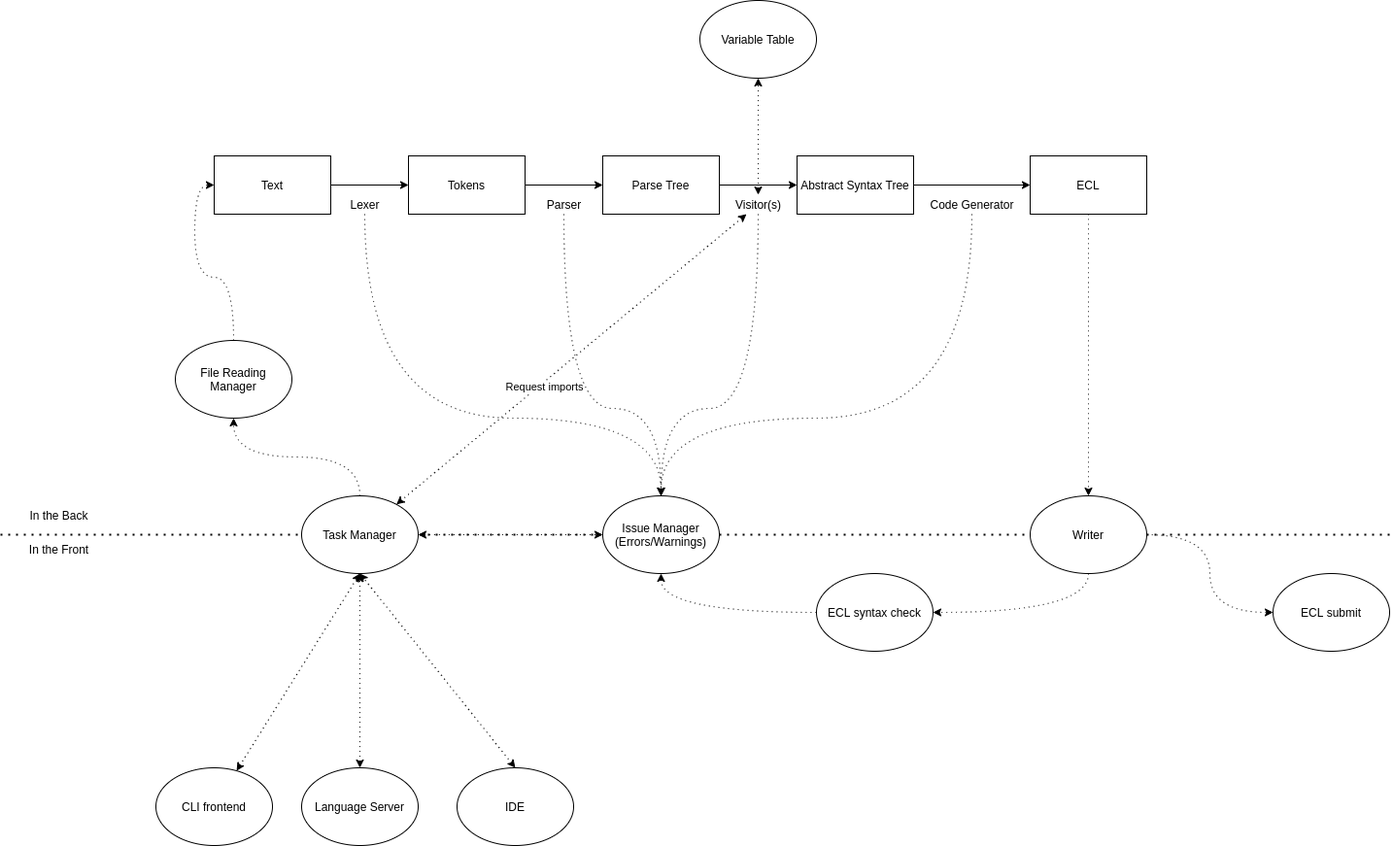
Above: hsqlt/notes/structure.drawio.png in calbrch01/HSQL (draw.io), before the change. Source tidied: cells renumbered, new cells last; positions are measured from the earlier drawing's top-left corner, leaving out a move shared by most shapes.
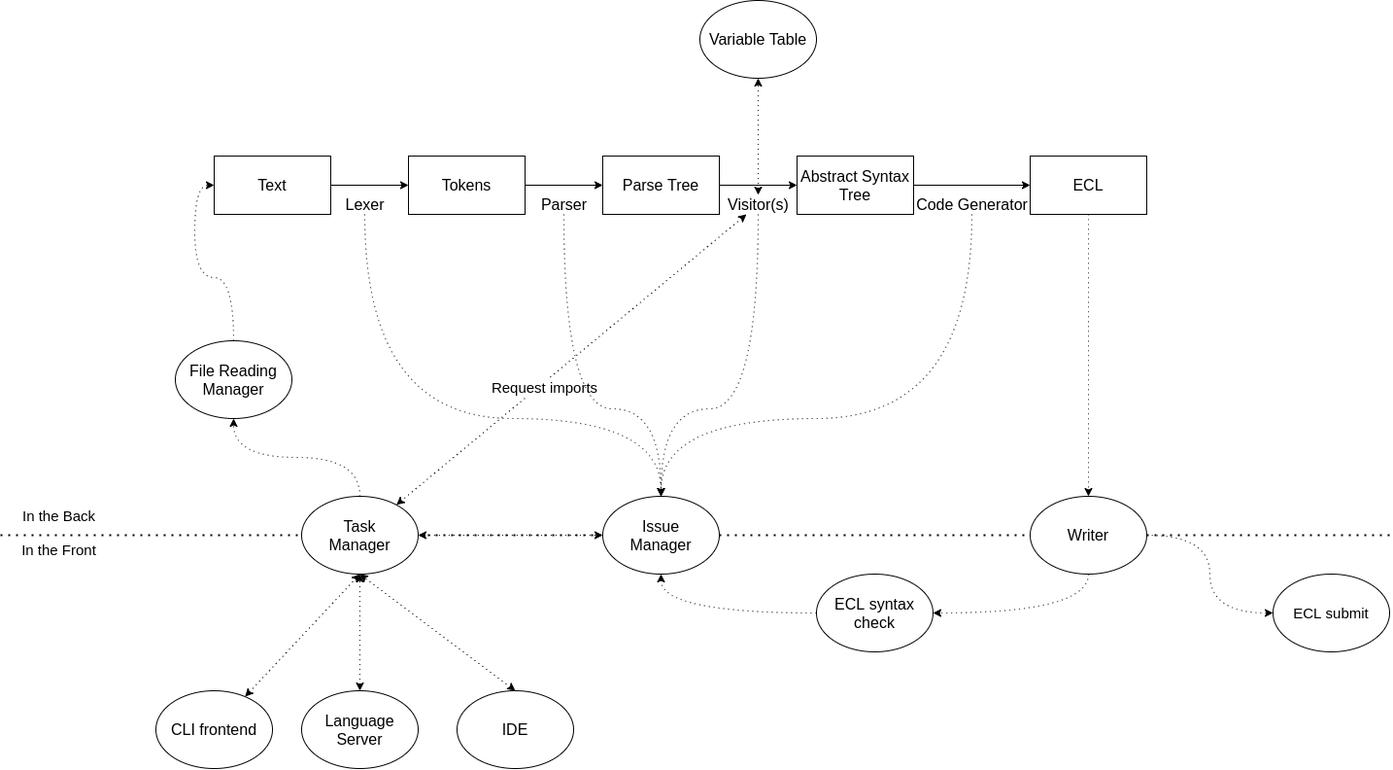
Later version of the same file.

Commit message:
[notes] update structure font size

The edit, as a diff of the source:
```diff
@@ -10,34 +10,34 @@
     <mxCell id="3" style="edgeStyle=orthogonalEdgeStyle;rounded=0;jettySize=auto;html=1;" parent="1" edge="1" source="4" target="6">
       <mxGeometry relative="1" as="geometry" />
     </mxCell>
-    <mxCell id="4" value="Text" style="rounded=0;whiteSpace=wrap;html=1;" parent="1" vertex="1">
+    <mxCell id="4" value="Text" style="rounded=0;whiteSpace=wrap;html=1;fontSize=16;" parent="1" vertex="1">
       <mxGeometry x="220" y="160" width="120" height="60" as="geometry" />
     </mxCell>
     <mxCell id="5" style="edgeStyle=orthogonalEdgeStyle;rounded=0;jettySize=auto;html=1;" parent="1" edge="1" source="6" target="8">
       <mxGeometry relative="1" as="geometry" />
     </mxCell>
-    <mxCell id="6" value="Tokens" style="rounded=0;whiteSpace=wrap;html=1;" parent="1" vertex="1">
+    <mxCell id="6" value="Tokens" style="rounded=0;whiteSpace=wrap;html=1;fontSize=16;" parent="1" vertex="1">
       <mxGeometry x="420" y="160" width="120" height="60" as="geometry" />
     </mxCell>
     <mxCell id="7" style="edgeStyle=orthogonalEdgeStyle;rounded=0;jettySize=auto;html=1;" parent="1" edge="1" source="8" target="10">
       <mxGeometry relative="1" as="geometry" />
     </mxCell>
-    <mxCell id="8" value="Parse Tree" style="rounded=0;whiteSpace=wrap;html=1;" parent="1" vertex="1">
+    <mxCell id="8" value="Parse Tree" style="rounded=0;whiteSpace=wrap;html=1;fontSize=16;" parent="1" vertex="1">
       <mxGeometry x="620" y="160" width="120" height="60" as="geometry" />
     </mxCell>
     <mxCell id="9" style="edgeStyle=orthogonalEdgeStyle;rounded=0;jettySize=auto;html=1;" parent="1" edge="1" source="10" target="12">
       <mxGeometry relative="1" as="geometry" />
     </mxCell>
-    <mxCell id="10" value="Abstract Syntax Tree" style="rounded=0;whiteSpace=wrap;html=1;" parent="1" vertex="1">
+    <mxCell id="10" value="Abstract Syntax Tree" style="rounded=0;whiteSpace=wrap;html=1;fontSize=16;" parent="1" vertex="1">
       <mxGeometry x="820" y="160" width="120" height="60" as="geometry" />
     </mxCell>
     <mxCell id="11" style="edgeStyle=orthogonalEdgeStyle;curved=1;rounded=0;jettySize=auto;html=1;dashed=1;dashPattern=1 4;" parent="1" edge="1" source="12" target="45">
       <mxGeometry relative="1" as="geometry" />
     </mxCell>
-    <mxCell id="12" value="ECL" style="rounded=0;whiteSpace=wrap;html=1;" parent="1" vertex="1">
+    <mxCell id="12" value="ECL" style="rounded=0;whiteSpace=wrap;html=1;fontSize=16;" parent="1" vertex="1">
       <mxGeometry x="1060" y="160" width="120" height="60" as="geometry" />
     </mxCell>
-    <mxCell id="13" value="Variable Table" style="ellipse;whiteSpace=wrap;html=1;rounded=0;" parent="1" vertex="1">
+    <mxCell id="13" value="Variable Table" style="ellipse;whiteSpace=wrap;html=1;rounded=0;fontSize=16;" parent="1" vertex="1">
       <mxGeometry x="720" width="120" height="80" as="geometry" />
     </mxCell>
     <mxCell id="14" style="edgeStyle=orthogonalEdgeStyle;curved=1;rounded=0;jettySize=auto;html=1;dashed=1;dashPattern=1 4;startArrow=none;startFill=0;entryX=0.5;entryY=0;entryDx=0;entryDy=0;" parent="1" edge="1" source="15" target="38">
@@ -48,11 +48,11 @@
         </Array>
       </mxGeometry>
     </mxCell>
-    <mxCell id="15" value="Lexer" style="text;html=1;align=center;verticalAlign=middle;points=[];" parent="1" vertex="1">
-      <mxGeometry x="350" y="200" width="50" height="20" as="geometry" />
+    <mxCell id="15" value="Lexer" style="text;html=1;align=center;verticalAlign=middle;points=[];fontSize=16;" parent="1" vertex="1">
+      <mxGeometry x="345" y="200" width="60" height="20" as="geometry" />
     </mxCell>
-    <mxCell id="16" value="Parser" style="text;html=1;align=center;verticalAlign=middle;points=[];" parent="1" vertex="1">
-      <mxGeometry x="555" y="200" width="50" height="20" as="geometry" />
+    <mxCell id="16" value="Parser" style="text;html=1;align=center;verticalAlign=middle;points=[];fontSize=16;" parent="1" vertex="1">
+      <mxGeometry x="550" y="200" width="60" height="20" as="geometry" />
     </mxCell>
     <mxCell id="17" style="edgeStyle=orthogonalEdgeStyle;rounded=0;jettySize=auto;html=1;entryX=0.5;entryY=1;entryDx=0;entryDy=0;startArrow=classic;startFill=1;dashed=1;dashPattern=1 4;" parent="1" edge="1" source="20" target="13">
       <mxGeometry relative="1" as="geometry" />
@@ -60,16 +60,16 @@
     <mxCell id="18" style="rounded=0;jettySize=auto;html=1;dashed=1;dashPattern=1 4;startArrow=classic;startFill=1;" parent="1" edge="1" source="20" target="40">
       <mxGeometry relative="1" as="geometry" />
     </mxCell>
-    <mxCell id="19" value="Request imports" style="edgeLabel;html=1;align=center;verticalAlign=middle;" parent="18" vertex="1">
+    <mxCell id="19" value="Request imports" style="edgeLabel;html=1;align=center;verticalAlign=middle;fontSize=15;" parent="18" vertex="1">
       <mxGeometry x="0.18" y="4" relative="1" as="geometry">
         <mxPoint y="-1" as="offset" />
       </mxGeometry>
     </mxCell>
-    <mxCell id="20" value="Visitor(s)" style="text;html=1;align=center;verticalAlign=middle;points=[];" parent="1" vertex="1">
-      <mxGeometry x="750" y="200" width="60" height="20" as="geometry" />
+    <mxCell id="20" value="Visitor(s)" style="text;html=1;align=center;verticalAlign=middle;points=[];fontSize=16;" parent="1" vertex="1">
+      <mxGeometry x="740" y="200" width="80" height="20" as="geometry" />
     </mxCell>
-    <mxCell id="21" value="Code Generator" style="text;html=1;align=center;verticalAlign=middle;points=[];" parent="1" vertex="1">
-      <mxGeometry x="950" y="200" width="100" height="20" as="geometry" />
+    <mxCell id="21" value="Code Generator" style="text;html=1;align=center;verticalAlign=middle;points=[];fontSize=16;" parent="1" vertex="1">
+      <mxGeometry x="935" y="200" width="130" height="20" as="geometry" />
     </mxCell>
     <mxCell id="22" style="edgeStyle=orthogonalEdgeStyle;curved=1;rounded=0;jettySize=auto;html=1;dashed=1;dashPattern=1 4;startArrow=none;startFill=0;entryX=0.5;entryY=0;entryDx=0;entryDy=0;" parent="1" edge="1" source="16" target="38">
       <mxGeometry relative="1" as="geometry">
@@ -95,11 +95,11 @@
         </Array>
       </mxGeometry>
     </mxCell>
-    <mxCell id="25" value="In the Back" style="text;html=1;align=center;verticalAlign=middle;" parent="1" vertex="1">
-      <mxGeometry x="20" y="520" width="80" height="20" as="geometry" />
+    <mxCell id="25" value="In the Back" style="text;html=1;align=center;verticalAlign=middle;fontSize=15;" parent="1" vertex="1">
+      <mxGeometry x="15" y="520" width="90" height="20" as="geometry" />
     </mxCell>
-    <mxCell id="26" value="In the Front" style="text;html=1;align=center;verticalAlign=middle;" parent="1" vertex="1">
-      <mxGeometry x="20" y="555" width="80" height="20" as="geometry" />
+    <mxCell id="26" value="In the Front" style="text;html=1;align=center;verticalAlign=middle;fontSize=15;" parent="1" vertex="1">
+      <mxGeometry x="15" y="555" width="90" height="20" as="geometry" />
     </mxCell>
     <mxCell id="27" style="edgeStyle=orthogonalEdgeStyle;curved=1;rounded=0;jettySize=auto;html=1;exitX=0.5;exitY=0;exitDx=0;exitDy=0;entryX=0.5;entryY=1;entryDx=0;entryDy=0;dashed=1;dashPattern=1 4;" parent="1" edge="1" source="40" target="31">
       <mxGeometry relative="1" as="geometry" />
@@ -107,13 +107,13 @@
     <mxCell id="28" style="rounded=0;jettySize=auto;html=1;entryX=0.5;entryY=1;entryDx=0;entryDy=0;dashed=1;dashPattern=1 4;startArrow=classic;startFill=1;" parent="1" edge="1" source="29" target="40">
       <mxGeometry relative="1" as="geometry" />
     </mxCell>
-    <mxCell id="29" value="CLI frontend" style="ellipse;whiteSpace=wrap;html=1;" parent="1" vertex="1">
-      <mxGeometry x="160" y="790" width="120" height="80" as="geometry" />
+    <mxCell id="29" value="CLI frontend" style="ellipse;whiteSpace=wrap;html=1;fontSize=16;" parent="1" vertex="1">
+      <mxGeometry x="160" y="710" width="120" height="80" as="geometry" />
     </mxCell>
     <mxCell id="30" style="edgeStyle=orthogonalEdgeStyle;curved=1;rounded=0;jettySize=auto;html=1;exitX=0.5;exitY=0;exitDx=0;exitDy=0;entryX=0;entryY=0.5;entryDx=0;entryDy=0;dashed=1;dashPattern=1 4;" parent="1" edge="1" source="31" target="4">
       <mxGeometry relative="1" as="geometry" />
     </mxCell>
-    <mxCell id="31" value="File Reading Manager" style="ellipse;whiteSpace=wrap;html=1;" parent="1" vertex="1">
+    <mxCell id="31" value="File Reading Manager" style="ellipse;whiteSpace=wrap;html=1;fontSize=16;" parent="1" vertex="1">
       <mxGeometry x="180" y="350" width="120" height="80" as="geometry" />
     </mxCell>
     <mxCell id="32" style="edgeStyle=orthogonalEdgeStyle;curved=1;rounded=0;jettySize=auto;html=1;exitX=0.5;exitY=1;exitDx=0;exitDy=0;entryX=1;entryY=0.5;entryDx=0;entryDy=0;dashed=1;dashPattern=1 4;" parent="1" edge="1" source="45" target="35">
@@ -125,16 +125,16 @@
     <mxCell id="34" style="edgeStyle=orthogonalEdgeStyle;curved=1;rounded=0;jettySize=auto;html=1;exitX=0;exitY=0.5;exitDx=0;exitDy=0;entryX=0.5;entryY=1;entryDx=0;entryDy=0;dashed=1;dashPattern=1 4;" parent="1" edge="1" source="35" target="38">
       <mxGeometry relative="1" as="geometry" />
     </mxCell>
-    <mxCell id="35" value="ECL syntax check" style="ellipse;whiteSpace=wrap;html=1;" parent="1" vertex="1">
+    <mxCell id="35" value="ECL syntax check" style="ellipse;whiteSpace=wrap;html=1;fontSize=16;" parent="1" vertex="1">
       <mxGeometry x="840" y="590" width="120" height="80" as="geometry" />
     </mxCell>
-    <mxCell id="36" value="ECL submit" style="ellipse;whiteSpace=wrap;html=1;" parent="1" vertex="1">
+    <mxCell id="36" value="ECL submit" style="ellipse;whiteSpace=wrap;html=1;fontSize=15;" parent="1" vertex="1">
       <mxGeometry x="1310" y="590" width="120" height="80" as="geometry" />
     </mxCell>
     <mxCell id="37" style="edgeStyle=orthogonalEdgeStyle;rounded=0;jettySize=auto;html=1;exitX=1;exitY=0.5;exitDx=0;exitDy=0;entryX=0;entryY=0.5;entryDx=0;entryDy=0;startArrow=classic;startFill=1;dashed=1;dashPattern=1 4;" parent="1" edge="1" source="40" target="38">
       <mxGeometry relative="1" as="geometry" />
     </mxCell>
-    <mxCell id="38" value="Issue Manager&lt;br&gt;(Errors/Warnings)" style="ellipse;whiteSpace=wrap;html=1;" parent="1" vertex="1">
+    <mxCell id="38" value="Issue&lt;br&gt;Manager" style="ellipse;whiteSpace=wrap;html=1;fontSize=16;" parent="1" vertex="1">
       <mxGeometry x="620" y="510" width="120" height="80" as="geometry" />
     </mxCell>
     <mxCell id="39" style="endArrow=none;dashed=1;html=1;dashPattern=1 3;strokeWidth=2;" parent="1" edge="1" target="38">
@@ -142,22 +142,22 @@
         <mxPoint y="550" as="sourcePoint" />
       </mxGeometry>
     </mxCell>
-    <mxCell id="40" value="Task Manager" style="ellipse;whiteSpace=wrap;html=1;" parent="1" vertex="1">
+    <mxCell id="40" value="Task&lt;br&gt;Manager" style="ellipse;whiteSpace=wrap;html=1;fontSize=16;" parent="1" vertex="1">
       <mxGeometry x="310" y="510" width="120" height="80" as="geometry" />
     </mxCell>
     <mxCell id="41" style="edgeStyle=none;rounded=0;jettySize=auto;html=1;exitX=0.5;exitY=0;exitDx=0;exitDy=0;entryX=0.5;entryY=1;entryDx=0;entryDy=0;dashed=1;dashPattern=1 4;startArrow=classic;startFill=1;" parent="1" edge="1" source="42" target="40">
       <mxGeometry relative="1" as="geometry" />
     </mxCell>
-    <mxCell id="42" value="Language Server" style="ellipse;whiteSpace=wrap;html=1;" parent="1" vertex="1">
-      <mxGeometry x="310" y="790" width="120" height="80" as="geometry" />
+    <mxCell id="42" value="Language Server" style="ellipse;whiteSpace=wrap;html=1;fontSize=16;" parent="1" vertex="1">
+      <mxGeometry x="310" y="710" width="120" height="80" as="geometry" />
     </mxCell>
     <mxCell id="43" style="edgeStyle=none;rounded=0;jettySize=auto;html=1;exitX=0.5;exitY=0;exitDx=0;exitDy=0;entryX=0.5;entryY=1;entryDx=0;entryDy=0;dashed=1;dashPattern=1 4;startArrow=classic;startFill=1;" parent="1" edge="1" source="44" target="40">
       <mxGeometry relative="1" as="geometry" />
     </mxCell>
-    <mxCell id="44" value="IDE" style="ellipse;whiteSpace=wrap;html=1;" parent="1" vertex="1">
-      <mxGeometry x="470" y="790" width="120" height="80" as="geometry" />
+    <mxCell id="44" value="IDE" style="ellipse;whiteSpace=wrap;html=1;fontSize=16;" parent="1" vertex="1">
+      <mxGeometry x="470" y="710" width="120" height="80" as="geometry" />
     </mxCell>
-    <mxCell id="45" value="Writer" style="ellipse;whiteSpace=wrap;html=1;rounded=0;" parent="1" vertex="1">
+    <mxCell id="45" value="Writer" style="ellipse;whiteSpace=wrap;html=1;rounded=0;fontSize=16;" parent="1" vertex="1">
       <mxGeometry x="1060" y="510" width="120" height="80" as="geometry" />
     </mxCell>
     <mxCell id="46" style="endArrow=none;dashed=1;html=1;dashPattern=1 3;strokeWidth=2;" parent="1" edge="1" source="38" target="45">
```
